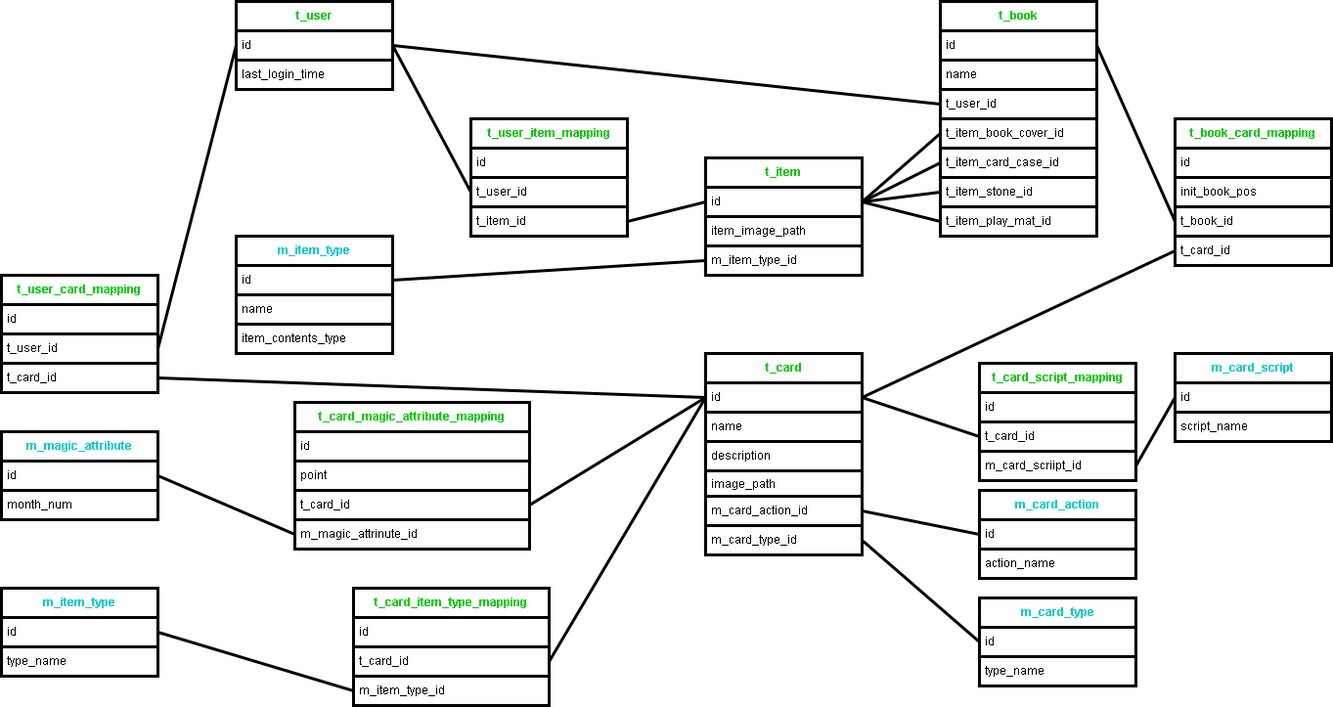
Chronoss0518/SpinnerOfTherNightSky keeps this draw.io diagram as 要件/ER図.drawio.png. Above is the earlier version. Source tidied: cells renumbered, new cells last; positions are measured from the earlier drawing's top-left corner, leaving out a move shared by most shapes.
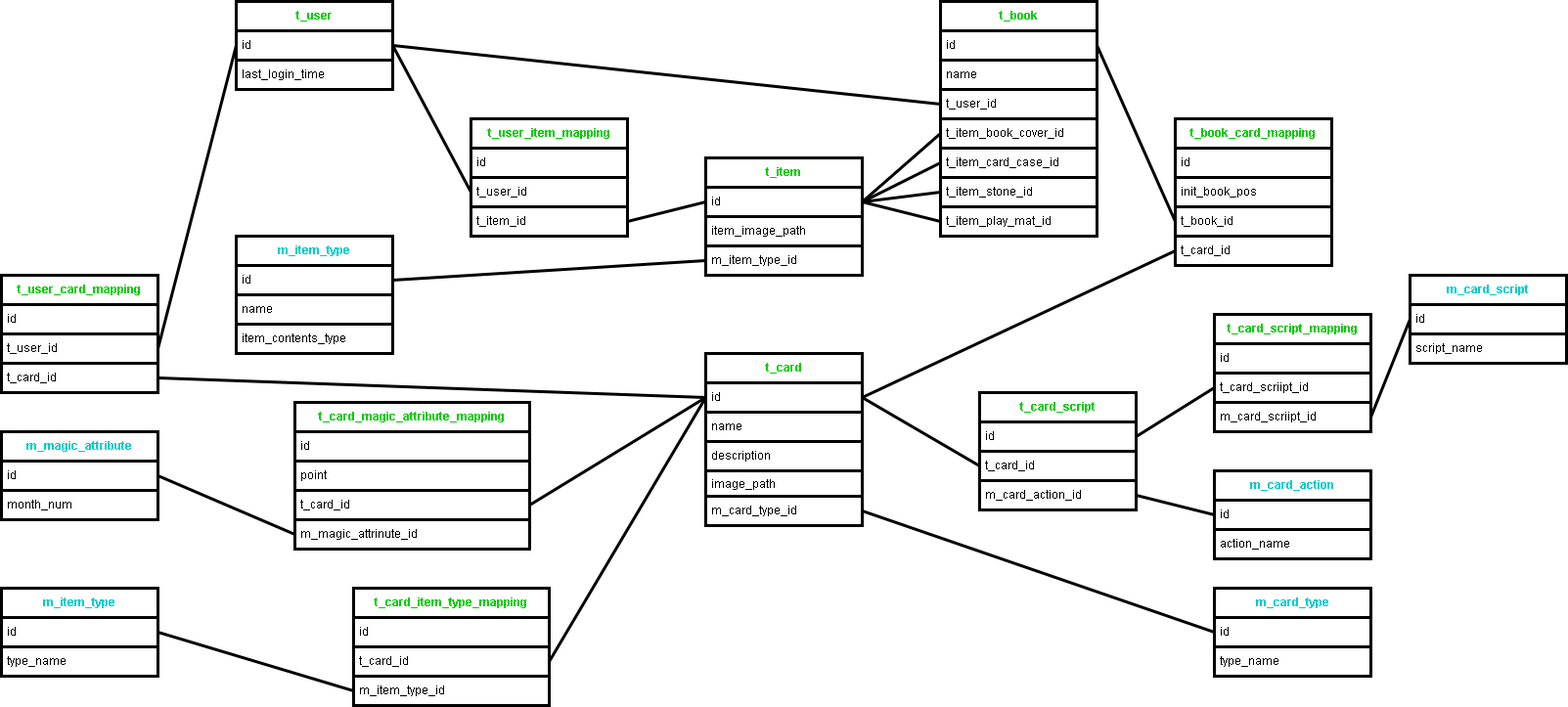
After the change.

Commit message:
ER図にScriptのArgmentを引数で持てるように修正

The edit, as a diff of the source:
```diff
@@ -12,7 +12,7 @@
       <mxGeometry y="60" width="160" height="30" as="geometry" />
     </mxCell>
     <mxCell id="5" value="t_card" style="swimlane;fontStyle=1;horizontal=1;startSize=30;whiteSpace=wrap;html=1;labelBorderColor=none;strokeWidth=3;labelBackgroundColor=none;fillStyle=solid;swimlaneFillColor=none;arcSize=15;fontColor=#00CC00;strokeColor=#000000;fillColor=none;gradientColor=none;glass=0;spacing=2;fontSize=12;" parent="1" vertex="1">
-      <mxGeometry x="720" y="360" width="160" height="206" as="geometry" />
+      <mxGeometry x="720" y="360" width="160" height="176" as="geometry" />
     </mxCell>
     <mxCell id="6" value="id" style="text;strokeColor=#000000;fillColor=none;align=left;verticalAlign=middle;spacingLeft=4;spacingRight=4;overflow=hidden;points=[[0,0.5],[1,0.5]];portConstraint=eastwest;whiteSpace=wrap;html=1;fontColor=#000000;labelBorderColor=none;strokeWidth=3;" parent="5" vertex="1">
       <mxGeometry y="30" width="160" height="30" as="geometry" />
@@ -26,14 +26,11 @@
     <mxCell id="9" value="image_path" style="text;strokeColor=#000000;fillColor=none;align=left;verticalAlign=top;spacingLeft=4;spacingRight=4;overflow=hidden;whiteSpace=wrap;html=1;fontColor=#000000;labelBorderColor=none;strokeWidth=3;" parent="5" vertex="1">
       <mxGeometry y="120" width="160" height="26" as="geometry" />
     </mxCell>
-    <mxCell id="10" value="m_card_action_id" style="text;strokeColor=#000000;fillColor=none;align=left;verticalAlign=middle;spacingLeft=4;spacingRight=4;overflow=hidden;points=[[0,0.5],[1,0.5]];portConstraint=eastwest;whiteSpace=wrap;html=1;fontColor=#000000;labelBorderColor=none;strokeWidth=3;" parent="5" vertex="1">
-      <mxGeometry y="146" width="160" height="30" as="geometry" />
-    </mxCell>
     <mxCell id="11" value="m_card_type_id" style="text;strokeColor=#000000;fillColor=none;align=left;verticalAlign=middle;spacingLeft=4;spacingRight=4;overflow=hidden;points=[[0,0.5],[1,0.5]];portConstraint=eastwest;whiteSpace=wrap;html=1;fontColor=#000000;labelBorderColor=none;strokeWidth=3;" parent="5" vertex="1">
-      <mxGeometry y="176" width="160" height="30" as="geometry" />
+      <mxGeometry y="146" width="160" height="30" as="geometry" />
     </mxCell>
     <mxCell id="12" value="m_card_type" style="swimlane;fontStyle=1;horizontal=1;startSize=30;whiteSpace=wrap;html=1;labelBorderColor=none;strokeWidth=3;labelBackgroundColor=none;fillStyle=solid;swimlaneFillColor=none;arcSize=15;fontColor=#00CCCC;strokeColor=#000000;fillColor=none;gradientColor=none;glass=0;spacing=2;" parent="1" vertex="1">
-      <mxGeometry x="1000" y="610" width="160" height="90" as="geometry" />
+      <mxGeometry x="1240" y="600" width="160" height="90" as="geometry" />
     </mxCell>
     <mxCell id="13" value="id" style="text;strokeColor=#000000;fillColor=none;align=left;verticalAlign=middle;spacingLeft=4;spacingRight=4;overflow=hidden;points=[[0,0.5],[1,0.5]];portConstraint=eastwest;whiteSpace=wrap;html=1;fontColor=#000000;labelBorderColor=none;strokeWidth=3;" parent="12" vertex="1">
       <mxGeometry y="30" width="160" height="30" as="geometry" />
@@ -69,22 +66,22 @@
       <mxGeometry y="210" width="160" height="30" as="geometry" />
     </mxCell>
     <mxCell id="24" value="t_card_script_mapping" style="swimlane;fontStyle=1;horizontal=1;startSize=30;whiteSpace=wrap;html=1;labelBorderColor=none;strokeWidth=3;labelBackgroundColor=none;fillStyle=solid;swimlaneFillColor=none;arcSize=15;fontColor=#00CC00;strokeColor=#000000;fillColor=none;gradientColor=none;glass=0;spacing=2;fontSize=12;" parent="1" vertex="1">
-      <mxGeometry x="1000" y="370" width="160" height="120" as="geometry" />
+      <mxGeometry x="1240" y="320" width="160" height="120" as="geometry" />
     </mxCell>
     <mxCell id="25" value="id" style="text;strokeColor=#000000;fillColor=none;align=left;verticalAlign=middle;spacingLeft=4;spacingRight=4;overflow=hidden;whiteSpace=wrap;html=1;fontColor=#000000;labelBorderColor=none;strokeWidth=3;" parent="24" vertex="1">
       <mxGeometry y="30" width="160" height="30" as="geometry" />
     </mxCell>
-    <mxCell id="26" value="t_card_id" style="text;strokeColor=#000000;fillColor=none;align=left;verticalAlign=middle;spacingLeft=4;spacingRight=4;overflow=hidden;points=[[0,0.5],[1,0.5]];portConstraint=eastwest;whiteSpace=wrap;html=1;fontColor=#000000;labelBorderColor=none;strokeWidth=3;" parent="24" vertex="1">
+    <mxCell id="26" value="t_card_scriipt_id" style="text;strokeColor=#000000;fillColor=none;align=left;verticalAlign=middle;spacingLeft=4;spacingRight=4;overflow=hidden;points=[[0,0.5],[1,0.5]];portConstraint=eastwest;whiteSpace=wrap;html=1;fontColor=#000000;labelBorderColor=none;strokeWidth=3;" parent="24" vertex="1">
       <mxGeometry y="60" width="160" height="30" as="geometry" />
     </mxCell>
     <mxCell id="27" value="m_card_scriipt_id" style="text;strokeColor=#000000;fillColor=none;align=left;verticalAlign=middle;spacingLeft=4;spacingRight=4;overflow=hidden;points=[[0,0.5],[1,0.5]];portConstraint=eastwest;whiteSpace=wrap;html=1;fontColor=#000000;labelBorderColor=none;strokeWidth=3;" parent="24" vertex="1">
       <mxGeometry y="90" width="160" height="30" as="geometry" />
     </mxCell>
-    <mxCell id="28" style="edgeStyle=none;html=1;entryX=1;entryY=0.5;entryDx=0;entryDy=0;startArrow=none;startFill=0;endArrow=none;endFill=0;exitX=0;exitY=0.5;exitDx=0;exitDy=0;fontColor=#000000;labelBorderColor=none;strokeColor=#000000;strokeWidth=3;" parent="1" edge="1" source="26" target="6">
+    <mxCell id="28" style="edgeStyle=none;html=1;entryX=1;entryY=0.5;entryDx=0;entryDy=0;startArrow=none;startFill=0;endArrow=none;endFill=0;exitX=0;exitY=0.5;exitDx=0;exitDy=0;fontColor=#000000;labelBorderColor=none;strokeColor=#000000;strokeWidth=3;" parent="1" edge="1" source="26" target="90">
       <mxGeometry relative="1" as="geometry" />
     </mxCell>
     <mxCell id="29" value="m_card_script" style="swimlane;fontStyle=1;horizontal=1;startSize=30;whiteSpace=wrap;html=1;labelBorderColor=none;strokeWidth=3;labelBackgroundColor=none;fillStyle=solid;swimlaneFillColor=none;arcSize=15;fontColor=#00CCCC;strokeColor=#000000;fillColor=none;gradientColor=none;glass=0;spacing=2;" parent="1" vertex="1">
-      <mxGeometry x="1200" y="360" width="160" height="90" as="geometry" />
+      <mxGeometry x="1440" y="280" width="160" height="90" as="geometry" />
     </mxCell>
     <mxCell id="30" value="id" style="text;strokeColor=#000000;fillColor=none;align=left;verticalAlign=middle;spacingLeft=4;spacingRight=4;overflow=hidden;points=[[0,0.5],[1,0.5]];portConstraint=eastwest;whiteSpace=wrap;html=1;fontColor=#000000;labelBorderColor=none;strokeWidth=3;" parent="29" vertex="1">
       <mxGeometry y="30" width="160" height="30" as="geometry" />
@@ -255,7 +252,7 @@
       <mxGeometry relative="1" as="geometry" />
     </mxCell>
     <mxCell id="86" value="m_card_action" style="swimlane;fontStyle=1;horizontal=1;startSize=30;whiteSpace=wrap;html=1;labelBorderColor=none;strokeWidth=3;labelBackgroundColor=none;fillStyle=solid;swimlaneFillColor=none;arcSize=15;fontColor=#00CCCC;strokeColor=#000000;fillColor=none;gradientColor=none;glass=0;spacing=2;" parent="1" vertex="1">
-      <mxGeometry x="1000" y="500" width="160" height="90" as="geometry" />
+      <mxGeometry x="1240" y="480" width="160" height="90" as="geometry" />
     </mxCell>
     <mxCell id="87" value="id" style="text;strokeColor=#000000;fillColor=none;align=left;verticalAlign=middle;spacingLeft=4;spacingRight=4;overflow=hidden;points=[[0,0.5],[1,0.5]];portConstraint=eastwest;whiteSpace=wrap;html=1;fontColor=#000000;labelBorderColor=none;strokeWidth=3;" parent="86" vertex="1">
       <mxGeometry y="30" width="160" height="30" as="geometry" />
@@ -263,5 +260,20 @@
     <mxCell id="88" value="action_name" style="text;strokeColor=#000000;fillColor=none;align=left;verticalAlign=middle;spacingLeft=4;spacingRight=4;overflow=hidden;whiteSpace=wrap;html=1;fontColor=#000000;labelBorderColor=none;strokeWidth=3;" parent="86" vertex="1">
       <mxGeometry y="60" width="160" height="30" as="geometry" />
     </mxCell>
+    <mxCell id="89" value="t_card_script" style="swimlane;fontStyle=1;horizontal=1;startSize=30;whiteSpace=wrap;html=1;labelBorderColor=none;strokeWidth=3;labelBackgroundColor=none;fillStyle=solid;swimlaneFillColor=none;arcSize=15;fontColor=#00CC00;strokeColor=#000000;fillColor=none;gradientColor=none;glass=0;spacing=2;fontSize=12;" parent="1" vertex="1">
+      <mxGeometry x="1000" y="400" width="160" height="120" as="geometry" />
+    </mxCell>
+    <mxCell id="90" value="id" style="text;strokeColor=#000000;fillColor=none;align=left;verticalAlign=middle;spacingLeft=4;spacingRight=4;overflow=hidden;points=[[0,0.5],[1,0.5]];portConstraint=eastwest;whiteSpace=wrap;html=1;fontColor=#000000;labelBorderColor=none;strokeWidth=3;" parent="89" vertex="1">
+      <mxGeometry y="30" width="160" height="30" as="geometry" />
+    </mxCell>
+    <mxCell id="91" value="t_card_id" style="text;strokeColor=#000000;fillColor=none;align=left;verticalAlign=middle;spacingLeft=4;spacingRight=4;overflow=hidden;points=[[0,0.5],[1,0.5]];portConstraint=eastwest;whiteSpace=wrap;html=1;fontColor=#000000;labelBorderColor=none;strokeWidth=3;" parent="89" vertex="1">
+      <mxGeometry y="60" width="160" height="30" as="geometry" />
+    </mxCell>
+    <mxCell id="10" value="m_card_action_id" style="text;strokeColor=#000000;fillColor=none;align=left;verticalAlign=middle;spacingLeft=4;spacingRight=4;overflow=hidden;points=[[0,0.5],[1,0.5]];portConstraint=eastwest;whiteSpace=wrap;html=1;fontColor=#000000;labelBorderColor=none;strokeWidth=3;" parent="89" vertex="1">
+      <mxGeometry y="90" width="160" height="30" as="geometry" />
+    </mxCell>
+    <mxCell id="92" style="edgeStyle=none;html=1;entryX=1;entryY=0.5;entryDx=0;entryDy=0;exitX=0;exitY=0.5;exitDx=0;exitDy=0;strokeWidth=3;endArrow=none;endFill=0;strokeColor=#000000;" parent="1" edge="1" source="91" target="6">
+      <mxGeometry relative="1" as="geometry" />
+    </mxCell>
   </root>
 </mxGraphModel>
```
